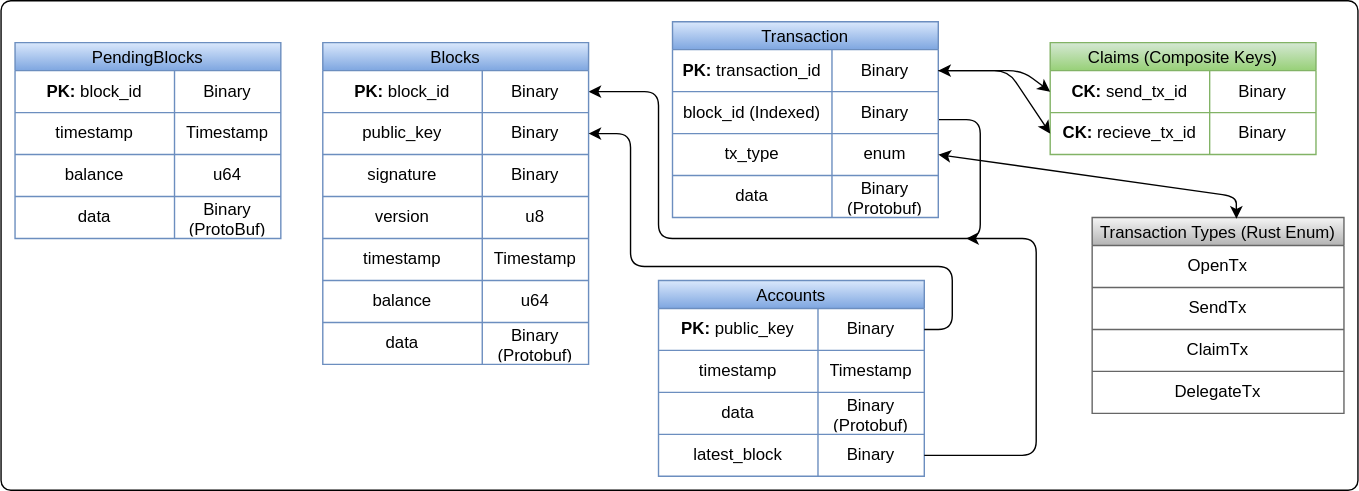
Before: docs/developers/storage/entity.drawio.svg, a diagram exported from draw.io (pognetwork/champ). Source tidied: cells renumbered, new cells last; positions are measured from the earlier drawing's top-left corner, leaving out a move shared by most shapes.
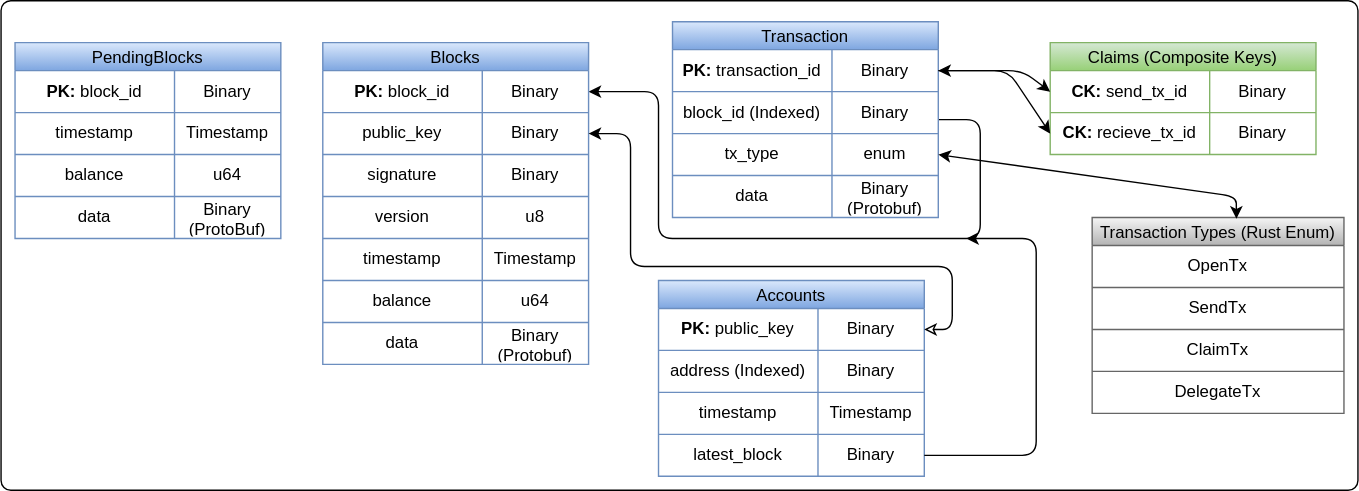
After the commit.

The edit, as a diff of the source:
```diff
@@ -192,8 +192,17 @@
     <mxCell id="62" value="Binary" style="shape=partialRectangle;html=1;whiteSpace=wrap;overflow=hidden;fillColor=none;top=0;left=0;bottom=0;right=0;" parent="60" vertex="1">
       <mxGeometry x="114" width="76" height="30" as="geometry" />
     </mxCell>
+    <mxCell id="86" style="shape=partialRectangle;fillColor=none;top=0;left=0;bottom=0;right=0;" parent="59" vertex="1">
+      <mxGeometry y="50" width="190" height="30" as="geometry" />
+    </mxCell>
+    <mxCell id="87" value="address (Indexed)" style="shape=partialRectangle;html=1;whiteSpace=wrap;overflow=hidden;fillColor=none;top=0;left=0;bottom=0;right=0;" parent="86" vertex="1">
+      <mxGeometry width="114" height="30" as="geometry" />
+    </mxCell>
+    <mxCell id="88" value="&lt;span&gt;Binary&lt;/span&gt;" style="shape=partialRectangle;html=1;whiteSpace=wrap;overflow=hidden;fillColor=none;top=0;left=0;bottom=0;right=0;" parent="86" vertex="1">
+      <mxGeometry x="114" width="76" height="30" as="geometry" />
+    </mxCell>
     <mxCell id="63" style="shape=partialRectangle;fillColor=none;top=0;left=0;bottom=0;right=0;" parent="59" vertex="1">
-      <mxGeometry y="50" width="190" height="30" as="geometry" />
+      <mxGeometry y="80" width="190" height="30" as="geometry" />
     </mxCell>
     <mxCell id="64" value="timestamp" style="shape=partialRectangle;html=1;whiteSpace=wrap;overflow=hidden;fillColor=none;top=0;left=0;bottom=0;right=0;" parent="63" vertex="1">
       <mxGeometry width="114" height="30" as="geometry" />
@@ -201,15 +210,6 @@
     <mxCell id="65" value="Timestamp" style="shape=partialRectangle;html=1;whiteSpace=wrap;overflow=hidden;fillColor=none;top=0;left=0;bottom=0;right=0;" parent="63" vertex="1">
       <mxGeometry x="114" width="76" height="30" as="geometry" />
     </mxCell>
-    <mxCell id="66" style="shape=partialRectangle;fillColor=none;top=0;left=0;bottom=0;right=0;" parent="59" vertex="1">
-      <mxGeometry y="80" width="190" height="30" as="geometry" />
-    </mxCell>
-    <mxCell id="67" value="data" style="shape=partialRectangle;html=1;whiteSpace=wrap;overflow=hidden;fillColor=none;top=0;left=0;bottom=0;right=0;" parent="66" vertex="1">
-      <mxGeometry width="114" height="30" as="geometry" />
-    </mxCell>
-    <mxCell id="68" value="Binary (Protobuf)" style="shape=partialRectangle;html=1;whiteSpace=wrap;overflow=hidden;fillColor=none;top=0;left=0;bottom=0;right=0;" parent="66" vertex="1">
-      <mxGeometry x="114" width="76" height="30" as="geometry" />
-    </mxCell>
     <mxCell id="69" style="shape=partialRectangle;fillColor=none;top=0;left=0;bottom=0;right=0;points=[[0,0.5],[1,0.5]];portConstraint=eastwest;" parent="59" vertex="1">
       <mxGeometry y="110" width="190" height="30" as="geometry" />
     </mxCell>
@@ -219,7 +219,7 @@
     <mxCell id="71" value="&lt;span&gt;Binary&lt;/span&gt;" style="shape=partialRectangle;html=1;whiteSpace=wrap;overflow=hidden;fillColor=none;top=0;left=0;bottom=0;right=0;" parent="69" vertex="1">
       <mxGeometry x="114" width="76" height="30" as="geometry" />
     </mxCell>
-    <mxCell id="72" style="edgeStyle=none;html=1;exitX=1;exitY=0.5;exitDx=0;exitDy=0;entryX=1;entryY=0.5;entryDx=0;entryDy=0;" parent="1" edge="1" source="60" target="21">
+    <mxCell id="72" style="edgeStyle=none;html=1;exitX=1;exitY=0.5;exitDx=0;exitDy=0;entryX=1;entryY=0.5;entryDx=0;entryDy=0;startArrow=classic;startFill=0;" parent="1" edge="1" source="60" target="21">
       <mxGeometry relative="1" as="geometry">
         <Array as="points">
           <mxPoint x="680" y="235" />
```
